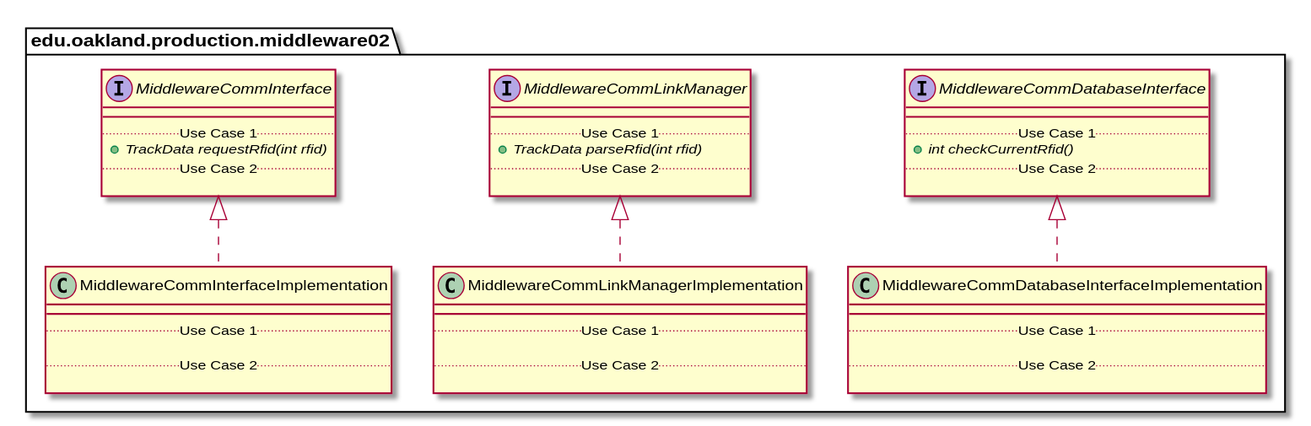
Above: docs/uml-class-diagrams/middleware02/production/Middleware02ProductionPackage_InternalDependencies.svg in elilley15/csi-3370-software-project (PlantUML), before the change. Source of this version:
```plantuml
@startuml Middleware02ProductionPackage_InternalDependencies

package edu.oakland.production.middleware02 {

}


package edu.oakland.production.middleware02 {
    interface MiddlewareCommInterface {
        __
        .. Use Case 1 ..
        {abstract} + TrackData requestRfid(int rfid)
        .. Use Case 2 ..

    }
}


package edu.oakland.production.middleware02 {
    interface MiddlewareCommLinkManager {
        __
        .. Use Case 1 ..
        {abstract} + TrackData parseRfid(int rfid)
        .. Use Case 2 ..

    }
}


package edu.oakland.production.middleware02 {
    interface MiddlewareCommDatabaseInterface {
        __
        .. Use Case 1 ..
        {abstract} + int checkCurrentRfid()
        .. Use Case 2 ..

    }
}


package edu.oakland.production.middleware02 {
    class MiddlewareCommInterfaceImplementation {
        __
        .. Use Case 1 ..

        .. Use Case 2 ..

    }
}


MiddlewareCommInterfaceImplementation .up.|> MiddlewareCommInterface

package edu.oakland.production.middleware02 {
    class MiddlewareCommLinkManagerImplementation {
        __
        .. Use Case 1 ..

        .. Use Case 2 ..

    }
}


MiddlewareCommLinkManagerImplementation .up.|> MiddlewareCommLinkManager

package edu.oakland.production.middleware02 {
    class MiddlewareCommDatabaseInterfaceImplementation {
        __
        .. Use Case 1 ..

        .. Use Case 2 ..

    }
}


MiddlewareCommDatabaseInterfaceImplementation .up.|> MiddlewareCommDatabaseInterface

@enduml
```
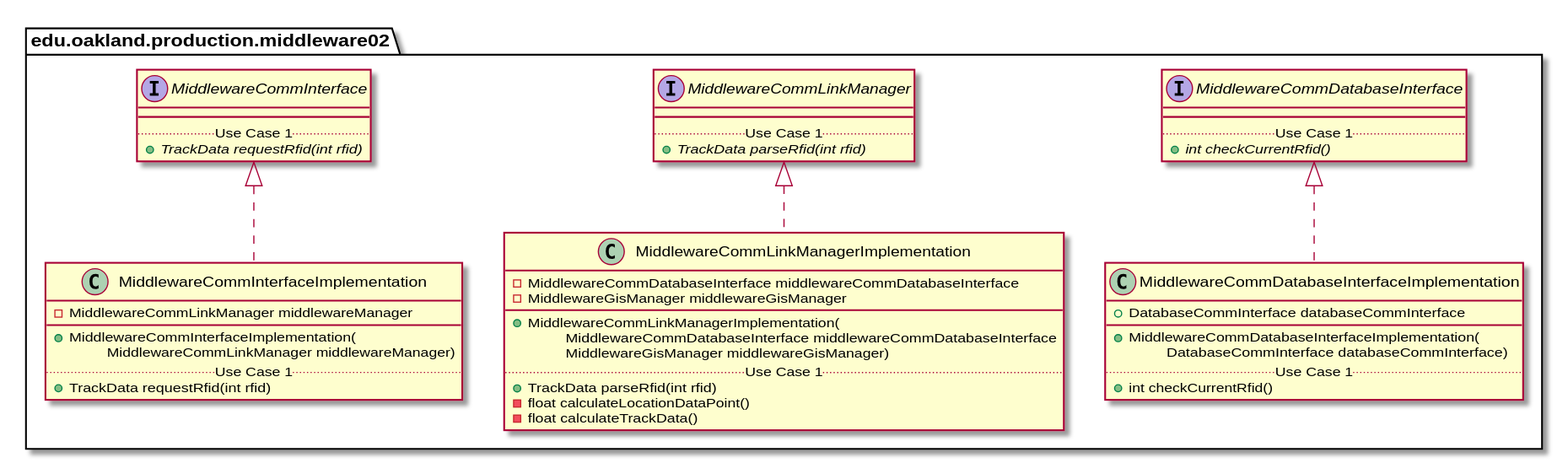
The same diagram one commit later.

What changed in the source:
```diff
@@ -10,8 +10,6 @@
         __
         .. Use Case 1 ..
         {abstract} + TrackData requestRfid(int rfid)
-        .. Use Case 2 ..
-
     }
 }
 
@@ -21,8 +19,6 @@
         __
         .. Use Case 1 ..
         {abstract} + TrackData parseRfid(int rfid)
-        .. Use Case 2 ..
-
     }
 }
 
@@ -32,20 +28,18 @@
         __
         .. Use Case 1 ..
         {abstract} + int checkCurrentRfid()
-        .. Use Case 2 ..
-
     }
 }
 
 
 package edu.oakland.production.middleware02 {
     class MiddlewareCommInterfaceImplementation {
+        - MiddlewareCommLinkManager middlewareManager
         __
+        + MiddlewareCommInterfaceImplementation(
+        \tMiddlewareCommLinkManager middlewareManager)
         .. Use Case 1 ..
-
-        .. Use Case 2 ..
-
-    }
+        + TrackData requestRfid(int rfid)
 }
 
 
@@ -53,11 +47,16 @@
 
 package edu.oakland.production.middleware02 {
     class MiddlewareCommLinkManagerImplementation {
+        - MiddlewareCommDatabaseInterface middlewareCommDatabaseInterface
+        - MiddlewareGisManager middlewareGisManager
         __
+        + MiddlewareCommLinkManagerImplementation(
+        \tMiddlewareCommDatabaseInterface middlewareCommDatabaseInterface
+        \tMiddlewareGisManager middlewareGisManager)
         .. Use Case 1 ..
-
-        .. Use Case 2 ..
-
+        + TrackData parseRfid(int rfid)
+        - float calculateLocationDataPoint()
+        - float calculateTrackData()
     }
 }
 
@@ -66,11 +65,12 @@
 
 package edu.oakland.production.middleware02 {
     class MiddlewareCommDatabaseInterfaceImplementation {
+        + DatabaseCommInterface databaseCommInterface
         __
+        + MiddlewareCommDatabaseInterfaceImplementation(
+        \tDatabaseCommInterface databaseCommInterface)
         .. Use Case 1 ..
-
-        .. Use Case 2 ..
-
+        + int checkCurrentRfid()
     }
 }
 
```
